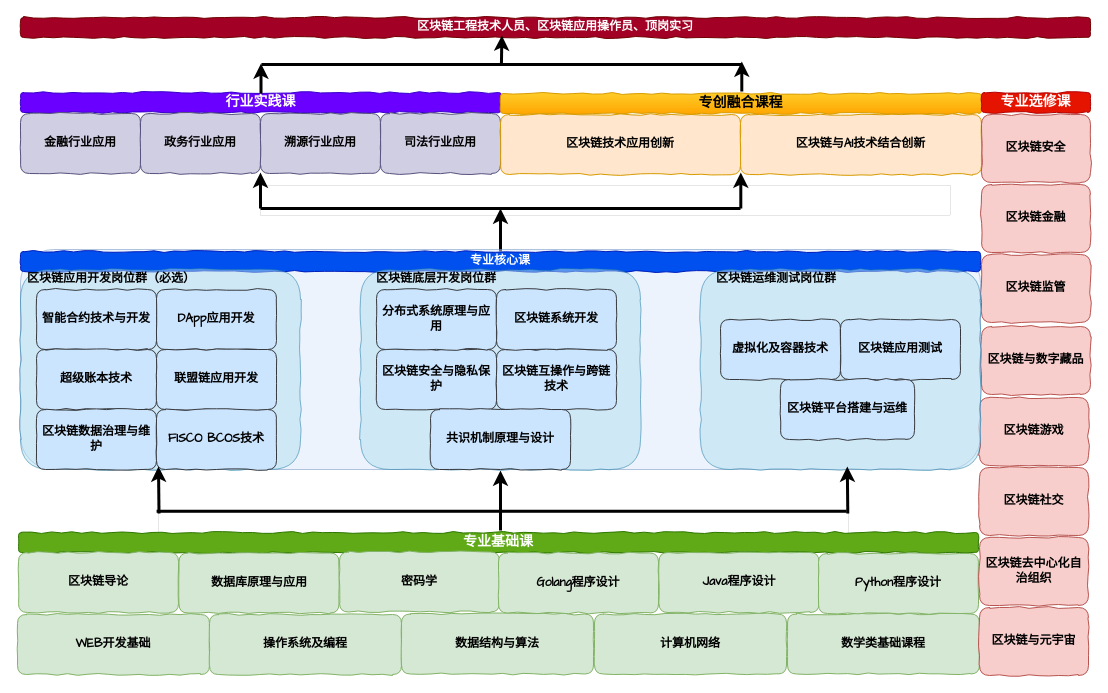
luuuuo/luuuuo_content keeps this draw.io diagram as 区块链本科人培.drawio. Above is the earlier version. Source tidied: cells renumbered, new cells numbered last; positions are measured from the earlier drawing's top-left corner, leaving out a move shared by most shapes. Both pictures are drawn from the tidied source at 100%, with x=0, y=0 at pixel (17, 17).
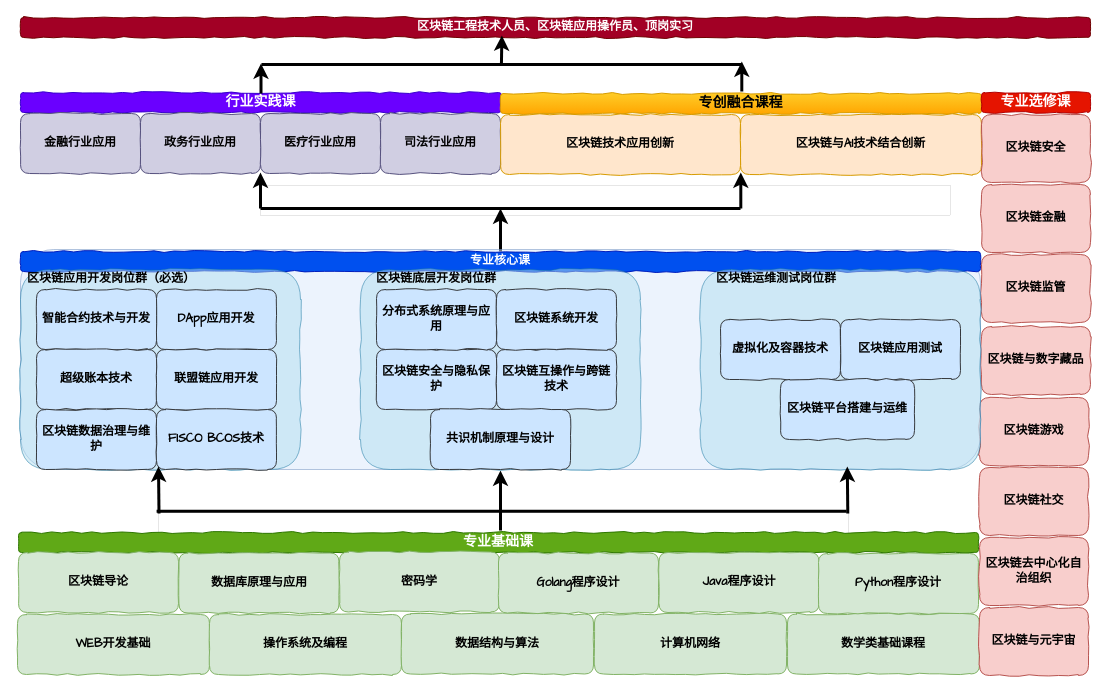
After the change.

Commit message:
更新区块链本科人培.drawio

The change refers to these unchanged cells:
```xml
<mxCell id="3" style="group;" parent="1" vertex="1">
  <mxGeometry x="3" y="75" width="481" height="81" as="geometry" />
</mxCell>
```

Change to the diagram source:
```diff
@@
-    <mxCell id="7" value="溯源行业应用" style="rounded=1;whiteSpace=wrap;html=1;comic=1;fontFamily=Comic Sans MS;fillColor=#d0cee2;strokeColor=#56517e;fontStyle=1;" parent="3" vertex="1">
+    <mxCell id="7" value="医疗行业应用" style="rounded=1;whiteSpace=wrap;html=1;comic=1;fontFamily=Comic Sans MS;fillColor=#d0cee2;strokeColor=#56517e;fontStyle=1;" parent="3" vertex="1">
       <mxGeometry x="240" y="21" width="120" height="60" as="geometry" />
     </mxCell>
```
